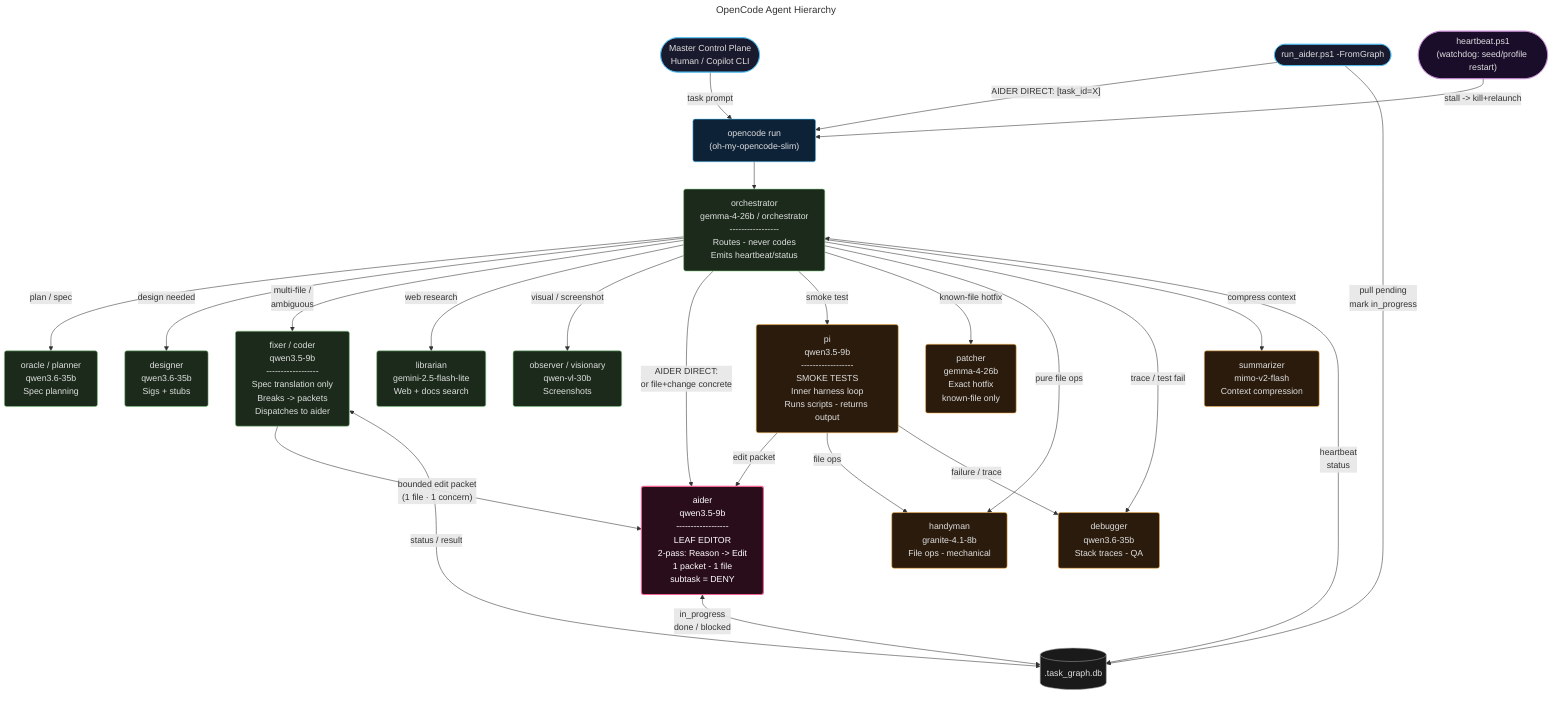
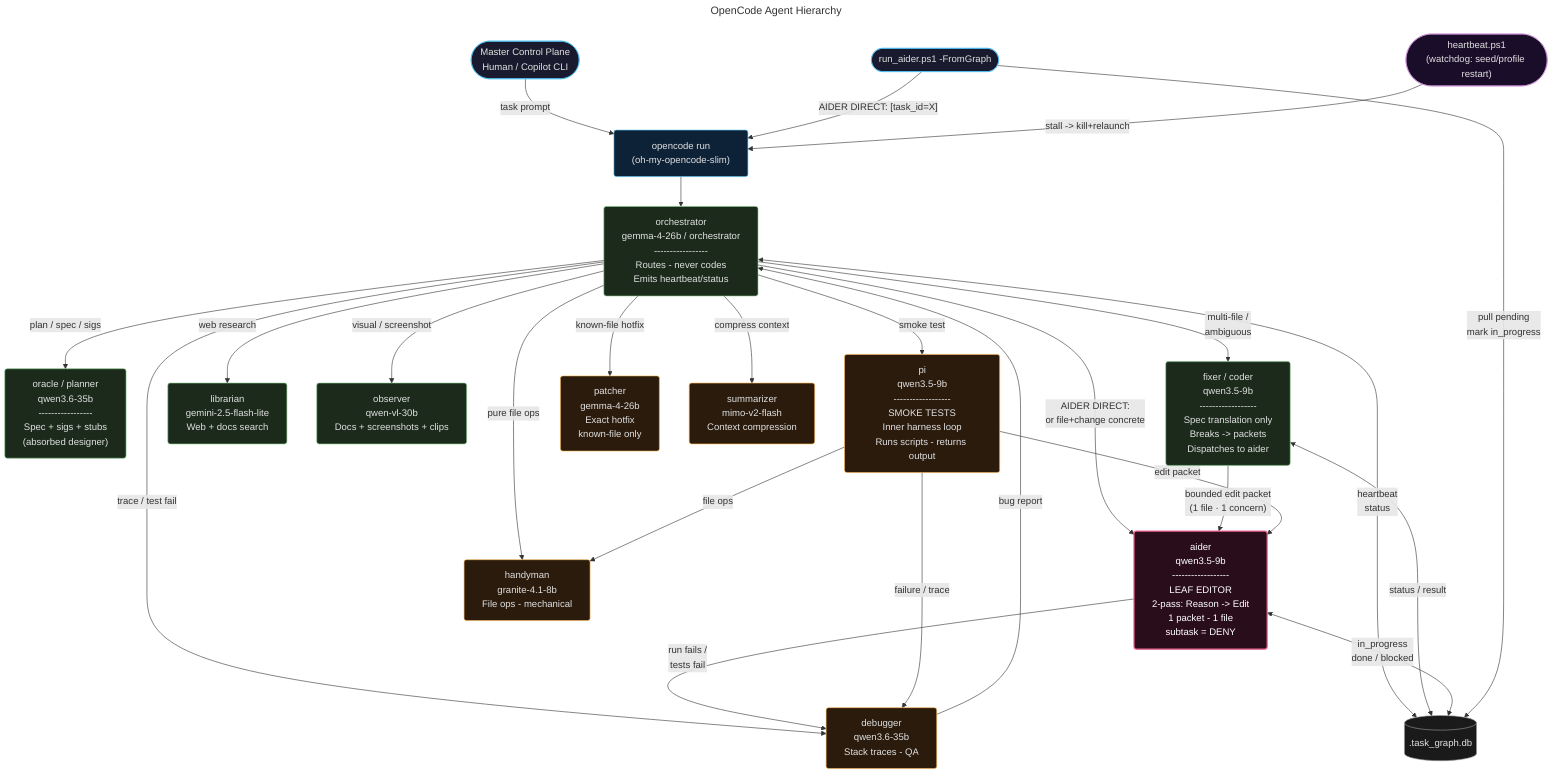
---
title: OpenCode Agent Hierarchy
---
flowchart TD
    %% ── Entry Points ──────────────────────────────────────────────
    HUMAN(["Master Control Plane\nHuman / Copilot CLI"])
    RAG(["run_aider.ps1 -FromGraph"])
    HB(["heartbeat.ps1\n(watchdog: seed/profile restart)"])
    DB[(".task_graph.db")]

    %% ── opencode shell ────────────────────────────────────────────
    OC["opencode run\n(oh-my-opencode-slim)"]

    %% ── Primary agents ────────────────────────────────────────────
    ORCH["orchestrator\ngemma-4-26b / orchestrator\n-----------------\nRoutes - never codes\nEmits heartbeat/status"]

-     ORACLE["oracle / planner\nqwen3.6-35b\nSpec planning"]
-     DESIGNER["designer\nqwen3.6-35b\nSigs + stubs"]
+     ORACLE["oracle / planner\nqwen3.6-35b\n-----------------\nSpec + sigs + stubs\n(absorbed designer)"]
    FIXER["fixer / coder\nqwen3.5-9b\n------------------\nSpec translation only\nBreaks -> packets\nDispatches to aider"]
    LIBRARIAN["librarian\ngemini-2.5-flash-lite\nWeb + docs search"]
-     OBSERVER["observer / visionary\nqwen-vl-30b\nScreenshots"]
+     OBSERVER["observer\nqwen-vl-30b\nDocs + screenshots + clips"]

    %% ── Subagents ─────────────────────────────────────────────────
    PI["pi\nqwen3.5-9b\n------------------\nSMOKE TESTS\nInner harness loop\nRuns scripts - returns output"]
    AIDER["aider\nqwen3.5-9b\n------------------\nLEAF EDITOR\n2-pass: Reason -> Edit\n1 packet - 1 file\nsubtask = DENY"]
    HANDYMAN["handyman\ngranite-4.1-8b\nFile ops - mechanical"]
    PATCHER["patcher\ngemma-4-26b\nExact hotfix\nknown-file only"]
    DEBUGGER["debugger\nqwen3.6-35b\nStack traces - QA"]
    SUMMARIZER["summarizer\nmimo-v2-flash\nContext compression"]

    %% ── Entry → shell ─────────────────────────────────────────────
    HUMAN -->|"task prompt"| OC
    RAG -->|"AIDER DIRECT: [task_id=X]"| OC
    HB -->|"stall -> kill+relaunch"| OC

    %% ── shell → orchestrator ──────────────────────────────────────
    OC --> ORCH

    %% ── orchestrator → primaries ──────────────────────────────────
-     ORCH -->|"plan / spec"| ORACLE
-     ORCH -->|"design needed"| DESIGNER
+     ORCH -->|"plan / spec / sigs"| ORACLE
    ORCH -->|"multi-file /\nambiguous"| FIXER
    ORCH -->|"web research"| LIBRARIAN
    ORCH -->|"visual / screenshot"| OBSERVER

    %% ── orchestrator → subagents (direct shortcuts) ───────────────
    ORCH -->|"AIDER DIRECT:\nor file+change concrete"| AIDER
    ORCH -->|"smoke test"| PI
    ORCH -->|"known-file hotfix"| PATCHER
    ORCH -->|"pure file ops"| HANDYMAN
    ORCH -->|"trace / test fail"| DEBUGGER
    ORCH -->|"compress context"| SUMMARIZER
+ 
+     %% ── reflection loop (generate → critique → fix) ──────────────
+     AIDER -->|"run fails /\ntests fail"| DEBUGGER
+     DEBUGGER -->|"bug report"| ORCH

    %% ── fixer → aider (packet chain) ─────────────────────────────
    FIXER -->|"bounded edit packet\n(1 file · 1 concern)"| AIDER

    %% ── pi internal routing ───────────────────────────────────────
    PI -->|"edit packet"| AIDER
    PI -->|"file ops"| HANDYMAN
    PI -->|"failure / trace"| DEBUGGER

    %% ── task graph wiring ─────────────────────────────────────────
    ORCH <-->|"heartbeat\nstatus"| DB
    FIXER <-->|"status / result"| DB
    AIDER <-->|"in_progress\ndone / blocked"| DB
    RAG -->|"pull pending\nmark in_progress"| DB

    %% ── styles ────────────────────────────────────────────────────
    classDef entry    fill:#1a1a2e,stroke:#4fc3f7,color:#e0e0e0,rx:8
    classDef shell    fill:#0d2137,stroke:#4fc3f7,color:#e0e0e0,rx:4
    classDef primary  fill:#1b2a1b,stroke:#81c784,color:#e0e0e0,rx:4
    classDef subagent fill:#2a1b0d,stroke:#ffb74d,color:#e0e0e0,rx:4
    classDef leaf     fill:#2a0d1b,stroke:#f06292,color:#ffffff,rx:4,stroke-width:2px
    classDef db       fill:#1a1a1a,stroke:#9e9e9e,color:#e0e0e0
    classDef watchdog fill:#1a0d2a,stroke:#ce93d8,color:#e0e0e0,rx:8

    class HUMAN,RAG entry
    class HB watchdog
    class OC shell
-     class ORCH,ORACLE,DESIGNER,FIXER,LIBRARIAN,OBSERVER primary
+     class ORCH,ORACLE,FIXER,LIBRARIAN,OBSERVER primary
    class PI,HANDYMAN,PATCHER,DEBUGGER,SUMMARIZER subagent
    class AIDER leaf
    class DB db
